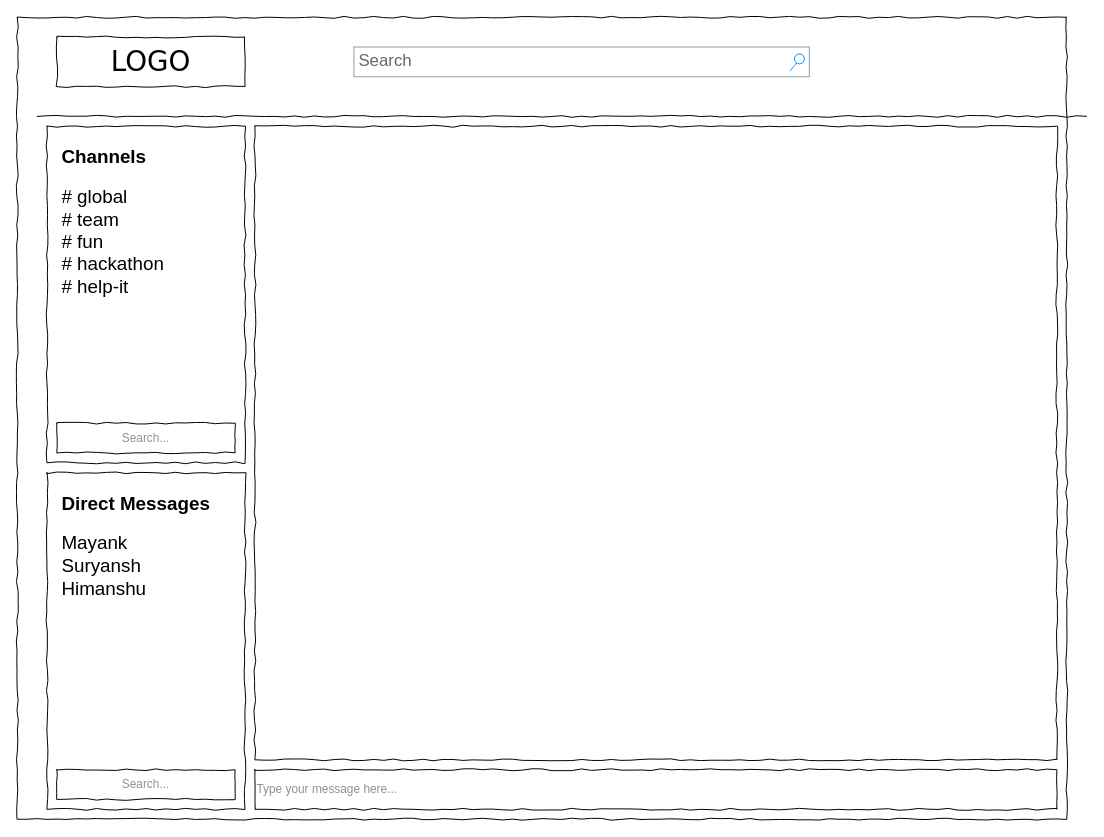
Before: todo_app_wireframe.drawio in rishabh62/todo-app-client, a draw.io diagram. Source tidied: cells renumbered, new cells numbered last; positions are measured from the earlier drawing's top-left corner, leaving out a move shared by most shapes. Both pictures are drawn from the tidied source at 99%, with x=0, y=0 at pixel (17, 17). Pictures stored in the file or linked from it are replaced by grey dashed boxes.
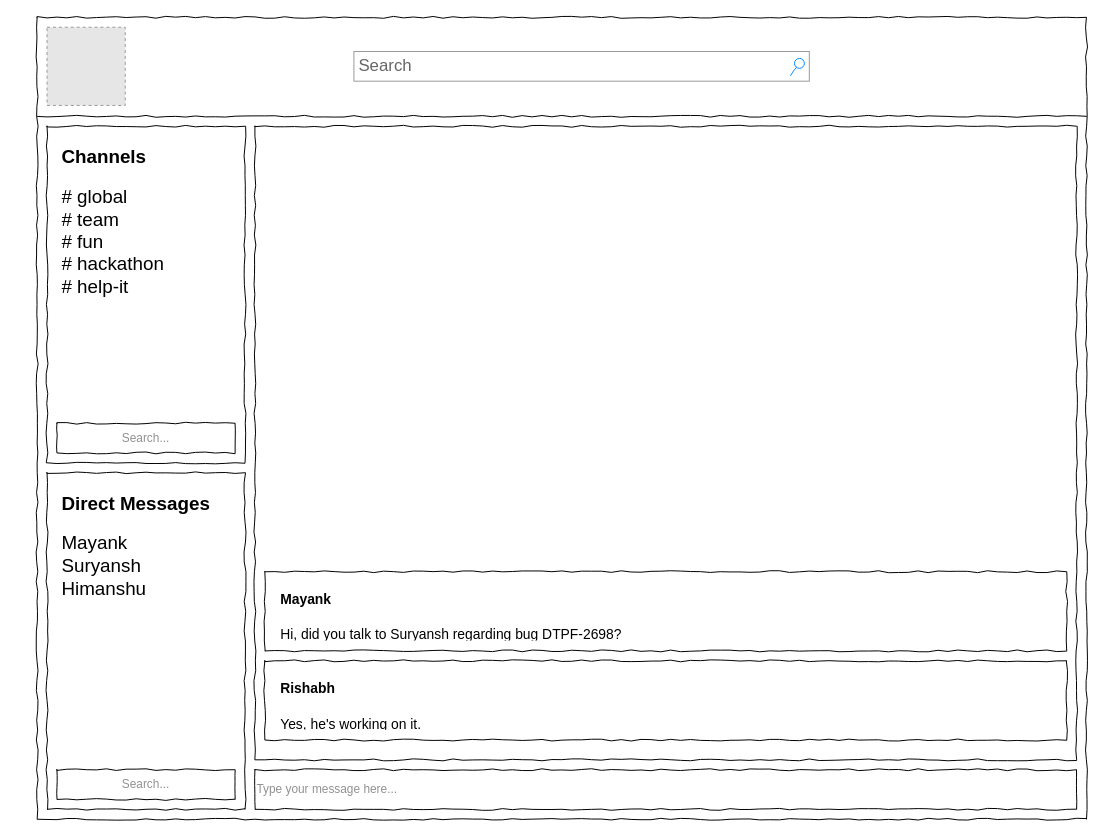
The same page after the edit.

Diff of the diagram source:
```diff
@@
 <mxGraphModel background="#ffffff">
   <root>
     <mxCell id="0" />
     <mxCell id="1" parent="0" />
     <mxCell id="2" style="whiteSpace=wrap;html=1;rounded=0;shadow=0;labelBackgroundColor=none;strokeColor=#000000;strokeWidth=1;fillColor=none;fontFamily=Verdana;fontSize=12;fontColor=#000000;align=center;comic=1;" parent="1" vertex="1">
-      <mxGeometry width="1060" height="810" as="geometry" />
+      <mxGeometry x="20" width="1060" height="810" as="geometry" />
     </mxCell>
-    <mxCell id="3" value="LOGO" style="whiteSpace=wrap;html=1;rounded=0;shadow=0;labelBackgroundColor=none;strokeWidth=1;fontFamily=Verdana;fontSize=28;align=center;comic=1;" parent="1" vertex="1">
-      <mxGeometry x="40" y="20" width="190" height="50" as="geometry" />
-    </mxCell>
     <mxCell id="4" value="Search" style="strokeWidth=1;shadow=0;dashed=0;align=center;html=1;shape=mxgraph.mockup.forms.searchBox;strokeColor=#999999;mainText=;strokeColor2=#008cff;fontColor=#666666;fontSize=17;align=left;spacingLeft=3;rounded=0;labelBackgroundColor=none;comic=1;" parent="1" vertex="1">
-      <mxGeometry x="340" y="30" width="460" height="30" as="geometry" />
+      <mxGeometry x="340" y="34.5" width="460" height="30" as="geometry" />
     </mxCell>
     <mxCell id="5" style="whiteSpace=wrap;html=1;rounded=0;shadow=0;labelBackgroundColor=none;strokeWidth=1;fillColor=none;fontFamily=Verdana;fontSize=12;align=center;comic=1;" parent="1" vertex="1">
       <mxGeometry x="30" y="460" width="200" height="340" as="geometry" />
     </mxCell>
     <mxCell id="6" style="line;strokeWidth=1;html=1;rounded=0;shadow=0;labelBackgroundColor=none;fillColor=none;fontFamily=Verdana;fontSize=14;fontColor=#000000;align=center;comic=1;" parent="1" vertex="1">
       <mxGeometry x="20" y="70" width="1060" height="60" as="geometry" />
     </mxCell>
     <mxCell id="7" style="whiteSpace=wrap;html=1;rounded=0;shadow=0;labelBackgroundColor=none;strokeWidth=1;fillColor=none;fontFamily=Verdana;fontSize=12;align=center;comic=1;" parent="1" vertex="1">
       <mxGeometry x="30" y="110" width="200" height="340" as="geometry" />
     </mxCell>
     <mxCell id="8" style="rounded=0;whiteSpace=wrap;html=1;comic=1;" parent="1" vertex="1">
-      <mxGeometry x="240" y="110" width="810" height="640" as="geometry" />
+      <mxGeometry x="240" y="110" width="830" height="640" as="geometry" />
     </mxCell>
     <mxCell id="9" value="&lt;div style=&quot;text-align: center&quot;&gt;&lt;span&gt;&lt;font color=&quot;#919191&quot; style=&quot;line-height: 100%&quot;&gt;Type your message here...&lt;/font&gt;&lt;/span&gt;&lt;/div&gt;" style="rounded=0;whiteSpace=wrap;html=1;comic=1;align=left;" parent="1" vertex="1">
-      <mxGeometry x="240" y="760" width="810" height="40" as="geometry" />
+      <mxGeometry x="240" y="760" width="830" height="40" as="geometry" />
     </mxCell>
     <mxCell id="10" value="&lt;font color=&quot;#919191&quot;&gt;Search...&lt;/font&gt;" style="rounded=0;whiteSpace=wrap;html=1;comic=1;" parent="1" vertex="1">
       <mxGeometry x="40" y="410" width="180" height="30" as="geometry" />
     </mxCell>
     <mxCell id="11" value="&lt;span style=&quot;color: rgb(145 , 145 , 145)&quot;&gt;Search...&lt;/span&gt;" style="rounded=0;whiteSpace=wrap;html=1;comic=1;" parent="1" vertex="1">
       <mxGeometry x="40" y="760" width="180" height="30" as="geometry" />
     </mxCell>
     <mxCell id="12" value="&lt;p style=&quot;line-height: 100%&quot;&gt;&lt;/p&gt;&lt;h1&gt;&lt;font style=&quot;font-size: 19px&quot;&gt;Channels&lt;/font&gt;&lt;/h1&gt;&lt;div&gt;&lt;font style=&quot;font-size: 19px&quot;&gt;# global&lt;/font&gt;&lt;/div&gt;&lt;div&gt;&lt;font style=&quot;font-size: 19px&quot;&gt;# team&lt;/font&gt;&lt;/div&gt;&lt;div&gt;&lt;font style=&quot;font-size: 19px&quot;&gt;# fun&lt;/font&gt;&lt;/div&gt;&lt;div&gt;&lt;font style=&quot;font-size: 19px&quot;&gt;# hackathon&lt;/font&gt;&lt;/div&gt;&lt;div&gt;&lt;font style=&quot;font-size: 19px&quot;&gt;# help-it&lt;/font&gt;&lt;/div&gt;&lt;p&gt;&lt;/p&gt;" style="text;html=1;strokeColor=none;fillColor=none;spacing=5;spacingTop=-20;whiteSpace=wrap;overflow=hidden;rounded=0;comic=1;" parent="1" vertex="1">
       <mxGeometry x="40" y="120" width="180" height="280" as="geometry" />
     </mxCell>
     <mxCell id="13" value="&lt;h1&gt;&lt;font style=&quot;font-size: 19px&quot;&gt;Direct Messages&lt;/font&gt;&lt;/h1&gt;&lt;span style=&quot;font-size: 19px&quot;&gt;Mayank&lt;/span&gt;&lt;br&gt;&lt;span style=&quot;font-size: 19px&quot;&gt;Suryansh&lt;/span&gt;&lt;br&gt;&lt;span style=&quot;font-size: 19px&quot;&gt;Himanshu&lt;/span&gt;" style="text;html=1;strokeColor=none;fillColor=none;spacing=5;spacingTop=-20;whiteSpace=wrap;overflow=hidden;rounded=0;comic=1;" parent="1" vertex="1">
       <mxGeometry x="40" y="470" width="180" height="280" as="geometry" />
     </mxCell>
+    <mxCell id="14" style="rounded=0;whiteSpace=wrap;html=1;comic=1;" parent="1" vertex="1">
+      <mxGeometry x="250" y="560" width="810" height="80" as="geometry" />
+    </mxCell>
+    <mxCell id="15" value="&lt;h1&gt;&lt;font style=&quot;font-size: 14px ; line-height: 100%&quot;&gt;Mayank&lt;/font&gt;&lt;/h1&gt;&lt;div&gt;&lt;font style=&quot;font-size: 14px ; line-height: 100%&quot;&gt;Hi, did you talk to Suryansh regarding bug DTPF-2698?&lt;/font&gt;&lt;/div&gt;" style="text;html=1;strokeColor=none;fillColor=none;spacing=5;spacingTop=-20;whiteSpace=wrap;overflow=hidden;rounded=0;comic=1;" parent="1" vertex="1">
+      <mxGeometry x="261" y="565" width="790" height="65" as="geometry" />
+    </mxCell>
+    <mxCell id="16" style="rounded=0;whiteSpace=wrap;html=1;comic=1;" parent="1" vertex="1">
+      <mxGeometry x="250" y="650" width="810" height="80" as="geometry" />
+    </mxCell>
+    <mxCell id="17" value="&lt;h1&gt;&lt;span style=&quot;font-size: 14px&quot;&gt;Rishabh&lt;/span&gt;&lt;/h1&gt;&lt;div&gt;&lt;span style=&quot;font-size: 14px&quot;&gt;Yes, he's working on it.&lt;/span&gt;&lt;/div&gt;" style="text;html=1;strokeColor=none;fillColor=none;spacing=5;spacingTop=-20;whiteSpace=wrap;overflow=hidden;rounded=0;comic=1;" parent="1" vertex="1">
+      <mxGeometry x="261" y="655" width="790" height="65" as="geometry" />
+    </mxCell>
+    <mxCell id="18" style="fillColor=#E6E6E6;strokeColor=#999999;dashed=1;html=1;verticalAlign=top;verticalLabelPosition=bottom;labelBackgroundColor=#ffffff;" parent="1" vertex="1">
+      <mxGeometry x="30" y="10" width="79" height="79" as="geometry" />
+    </mxCell>
   </root>
 </mxGraphModel>
```
